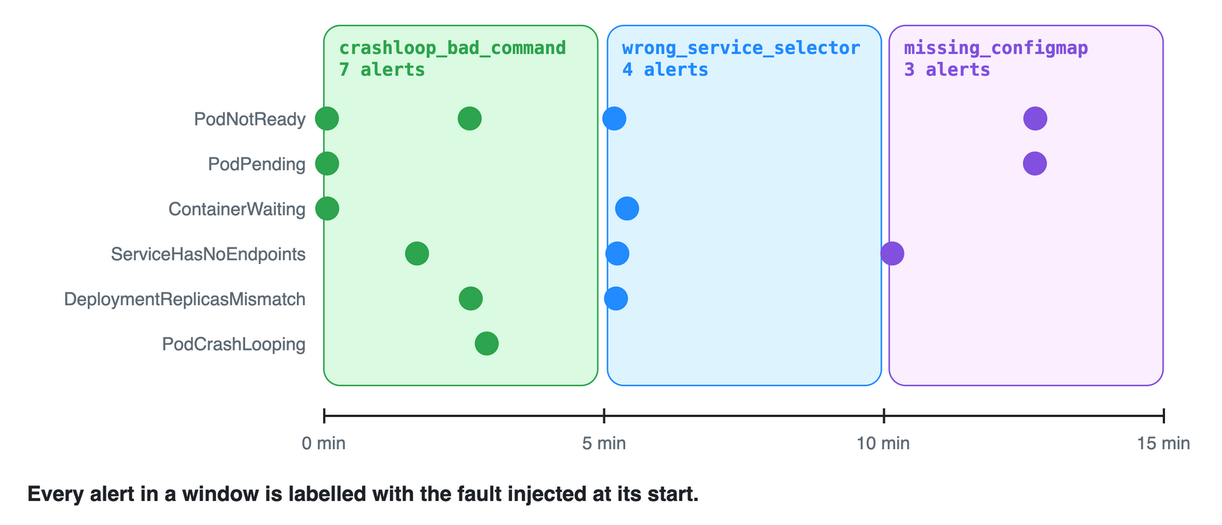
jcanizalez/k8s-alert-triage keeps this draw.io diagram as diagrams/injection-windows.drawio.png. Above is the earlier version. Source tidied: cells renumbered, new cells last; positions are measured from the earlier drawing's top-left corner, leaving out a move shared by most shapes.
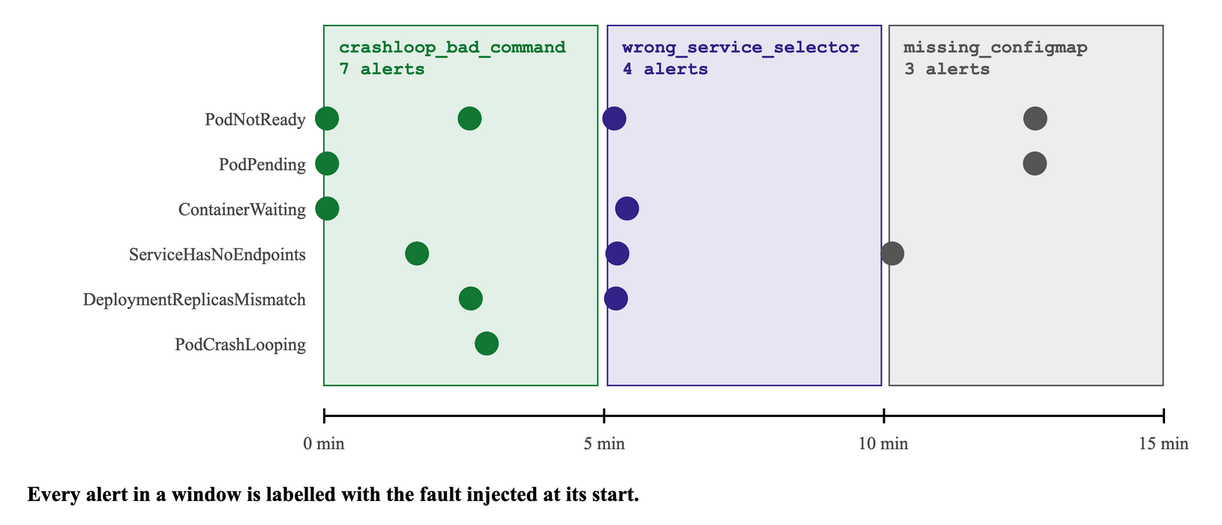
After the commit.

What changed in the source:
```diff
@@ -2,127 +2,127 @@
   <root>
     <mxCell id="0" />
     <mxCell id="1" parent="0" />
-    <mxCell id="2" value="PodNotReady" style="text;html=1;whiteSpace=wrap;fontColor=#5F6B76;fontSize=12;fontStyle=0;align=right;verticalAlign=middle;fontFamily=Helvetica;" parent="1" vertex="1">
+    <mxCell id="2" value="PodNotReady" style="text;html=1;whiteSpace=wrap;fontColor=#444444;fontSize=12;fontStyle=0;align=right;verticalAlign=middle;fontFamily=Times New Roman;" parent="1" vertex="1">
       <mxGeometry y="50" width="190" height="24" as="geometry" />
     </mxCell>
-    <mxCell id="3" value="PodPending" style="text;html=1;whiteSpace=wrap;fontColor=#5F6B76;fontSize=12;fontStyle=0;align=right;verticalAlign=middle;fontFamily=Helvetica;" parent="1" vertex="1">
+    <mxCell id="3" value="PodPending" style="text;html=1;whiteSpace=wrap;fontColor=#444444;fontSize=12;fontStyle=0;align=right;verticalAlign=middle;fontFamily=Times New Roman;" parent="1" vertex="1">
       <mxGeometry y="80" width="190" height="24" as="geometry" />
     </mxCell>
-    <mxCell id="4" value="ContainerWaiting" style="text;html=1;whiteSpace=wrap;fontColor=#5F6B76;fontSize=12;fontStyle=0;align=right;verticalAlign=middle;fontFamily=Helvetica;" parent="1" vertex="1">
+    <mxCell id="4" value="ContainerWaiting" style="text;html=1;whiteSpace=wrap;fontColor=#444444;fontSize=12;fontStyle=0;align=right;verticalAlign=middle;fontFamily=Times New Roman;" parent="1" vertex="1">
       <mxGeometry y="110" width="190" height="24" as="geometry" />
     </mxCell>
-    <mxCell id="5" value="ServiceHasNoEndpoints" style="text;html=1;whiteSpace=wrap;fontColor=#5F6B76;fontSize=12;fontStyle=0;align=right;verticalAlign=middle;fontFamily=Helvetica;" parent="1" vertex="1">
+    <mxCell id="5" value="ServiceHasNoEndpoints" style="text;html=1;whiteSpace=wrap;fontColor=#444444;fontSize=12;fontStyle=0;align=right;verticalAlign=middle;fontFamily=Times New Roman;" parent="1" vertex="1">
       <mxGeometry y="140" width="190" height="24" as="geometry" />
     </mxCell>
-    <mxCell id="6" value="DeploymentReplicasMismatch" style="text;html=1;whiteSpace=wrap;fontColor=#5F6B76;fontSize=12;fontStyle=0;align=right;verticalAlign=middle;fontFamily=Helvetica;" parent="1" vertex="1">
+    <mxCell id="6" value="DeploymentReplicasMismatch" style="text;html=1;whiteSpace=wrap;fontColor=#444444;fontSize=12;fontStyle=0;align=right;verticalAlign=middle;fontFamily=Times New Roman;" parent="1" vertex="1">
       <mxGeometry y="170" width="190" height="24" as="geometry" />
     </mxCell>
-    <mxCell id="7" value="PodCrashLooping" style="text;html=1;whiteSpace=wrap;fontColor=#5F6B76;fontSize=12;fontStyle=0;align=right;verticalAlign=middle;fontFamily=Helvetica;" parent="1" vertex="1">
+    <mxCell id="7" value="PodCrashLooping" style="text;html=1;whiteSpace=wrap;fontColor=#444444;fontSize=12;fontStyle=0;align=right;verticalAlign=middle;fontFamily=Times New Roman;" parent="1" vertex="1">
       <mxGeometry y="200" width="190" height="24" as="geometry" />
     </mxCell>
-    <mxCell id="8" style="rounded=1;arcSize=6;whiteSpace=wrap;html=1;fillColor=#DAFBE1;strokeColor=#2DA44E;fontColor=#1F2328;fontSize=14;fontStyle=0;align=center;verticalAlign=middle;spacingLeft=8;spacingRight=8;fontFamily=Helvetica;" parent="1" vertex="1">
+    <mxCell id="8" style="rounded=0;arcSize=6;whiteSpace=wrap;html=1;fillColor=#E3F0E7;strokeColor=#117733;strokeWidth=1;fontColor=#000000;fontSize=14;fontStyle=0;align=center;verticalAlign=middle;spacingLeft=8;spacingRight=8;fontFamily=Times New Roman;" parent="1" vertex="1">
       <mxGeometry x="200" width="182.7" height="240" as="geometry" />
     </mxCell>
-    <mxCell id="9" value="crashloop_bad_command&lt;br&gt;7 alerts" style="text;html=1;whiteSpace=wrap;fontColor=#2DA44E;fontSize=12;fontStyle=1;align=left;verticalAlign=middle;fontFamily=Menlo;" parent="1" vertex="1">
+    <mxCell id="9" value="crashloop_bad_command&lt;br&gt;7 alerts" style="text;html=1;whiteSpace=wrap;fontColor=#117733;fontSize=12;fontStyle=1;align=left;verticalAlign=middle;fontFamily=Courier New;" parent="1" vertex="1">
       <mxGeometry x="208" y="4" width="170" height="36" as="geometry" />
     </mxCell>
-    <mxCell id="10" style="ellipse;html=1;fillColor=#2DA44E;strokeColor=#2DA44E;strokeWidth=2;" parent="1" vertex="1">
+    <mxCell id="10" style="ellipse;html=1;fillColor=#117733;strokeColor=#117733;strokeWidth=2;" parent="1" vertex="1">
       <mxGeometry x="195.1" y="55" width="14" height="14" as="geometry" />
     </mxCell>
-    <mxCell id="11" style="ellipse;html=1;fillColor=#2DA44E;strokeColor=#2DA44E;strokeWidth=2;" parent="1" vertex="1">
+    <mxCell id="11" style="ellipse;html=1;fillColor=#117733;strokeColor=#117733;strokeWidth=2;" parent="1" vertex="1">
       <mxGeometry x="195.1" y="85" width="14" height="14" as="geometry" />
     </mxCell>
-    <mxCell id="12" style="ellipse;html=1;fillColor=#2DA44E;strokeColor=#2DA44E;strokeWidth=2;" parent="1" vertex="1">
+    <mxCell id="12" style="ellipse;html=1;fillColor=#117733;strokeColor=#117733;strokeWidth=2;" parent="1" vertex="1">
       <mxGeometry x="195.2" y="115" width="14" height="14" as="geometry" />
     </mxCell>
-    <mxCell id="13" style="ellipse;html=1;fillColor=#2DA44E;strokeColor=#2DA44E;strokeWidth=2;" parent="1" vertex="1">
+    <mxCell id="13" style="ellipse;html=1;fillColor=#117733;strokeColor=#117733;strokeWidth=2;" parent="1" vertex="1">
       <mxGeometry x="255.2" y="145" width="14" height="14" as="geometry" />
     </mxCell>
-    <mxCell id="14" style="ellipse;html=1;fillColor=#2DA44E;strokeColor=#2DA44E;strokeWidth=2;" parent="1" vertex="1">
+    <mxCell id="14" style="ellipse;html=1;fillColor=#117733;strokeColor=#117733;strokeWidth=2;" parent="1" vertex="1">
       <mxGeometry x="290.3" y="55" width="14" height="14" as="geometry" />
     </mxCell>
-    <mxCell id="15" style="ellipse;html=1;fillColor=#2DA44E;strokeColor=#2DA44E;strokeWidth=2;" parent="1" vertex="1">
+    <mxCell id="15" style="ellipse;html=1;fillColor=#117733;strokeColor=#117733;strokeWidth=2;" parent="1" vertex="1">
       <mxGeometry x="291" y="175" width="14" height="14" as="geometry" />
     </mxCell>
-    <mxCell id="16" style="ellipse;html=1;fillColor=#2DA44E;strokeColor=#2DA44E;strokeWidth=2;" parent="1" vertex="1">
+    <mxCell id="16" style="ellipse;html=1;fillColor=#117733;strokeColor=#117733;strokeWidth=2;" parent="1" vertex="1">
       <mxGeometry x="301.6" y="205" width="14" height="14" as="geometry" />
     </mxCell>
-    <mxCell id="17" style="rounded=1;arcSize=6;whiteSpace=wrap;html=1;fillColor=#DDF4FF;strokeColor=#218BFF;fontColor=#1F2328;fontSize=14;fontStyle=0;align=center;verticalAlign=middle;spacingLeft=8;spacingRight=8;fontFamily=Helvetica;" parent="1" vertex="1">
+    <mxCell id="17" style="rounded=0;arcSize=6;whiteSpace=wrap;html=1;fillColor=#E7E5F2;strokeColor=#332288;strokeWidth=1;fontColor=#000000;fontSize=14;fontStyle=0;align=center;verticalAlign=middle;spacingLeft=8;spacingRight=8;fontFamily=Times New Roman;" parent="1" vertex="1">
       <mxGeometry x="389.2" width="182.7" height="240" as="geometry" />
     </mxCell>
-    <mxCell id="18" value="wrong_service_selector&lt;br&gt;4 alerts" style="text;html=1;whiteSpace=wrap;fontColor=#218BFF;fontSize=12;fontStyle=1;align=left;verticalAlign=middle;fontFamily=Menlo;" parent="1" vertex="1">
+    <mxCell id="18" value="wrong_service_selector&lt;br&gt;4 alerts" style="text;html=1;whiteSpace=wrap;fontColor=#332288;fontSize=12;fontStyle=1;align=left;verticalAlign=middle;fontFamily=Courier New;" parent="1" vertex="1">
       <mxGeometry x="397.2" y="4" width="170" height="36" as="geometry" />
     </mxCell>
-    <mxCell id="19" style="ellipse;html=1;fillColor=#218BFF;strokeColor=#218BFF;strokeWidth=2;" parent="1" vertex="1">
+    <mxCell id="19" style="ellipse;html=1;fillColor=#332288;strokeColor=#332288;strokeWidth=2;" parent="1" vertex="1">
       <mxGeometry x="386.7" y="55" width="14" height="14" as="geometry" />
     </mxCell>
-    <mxCell id="20" style="ellipse;html=1;fillColor=#218BFF;strokeColor=#218BFF;strokeWidth=2;" parent="1" vertex="1">
+    <mxCell id="20" style="ellipse;html=1;fillColor=#332288;strokeColor=#332288;strokeWidth=2;" parent="1" vertex="1">
       <mxGeometry x="387.8" y="175" width="14" height="14" as="geometry" />
     </mxCell>
-    <mxCell id="21" style="ellipse;html=1;fillColor=#218BFF;strokeColor=#218BFF;strokeWidth=2;" parent="1" vertex="1">
+    <mxCell id="21" style="ellipse;html=1;fillColor=#332288;strokeColor=#332288;strokeWidth=2;" parent="1" vertex="1">
       <mxGeometry x="388.7" y="145" width="14" height="14" as="geometry" />
     </mxCell>
-    <mxCell id="22" style="ellipse;html=1;fillColor=#218BFF;strokeColor=#218BFF;strokeWidth=2;" parent="1" vertex="1">
+    <mxCell id="22" style="ellipse;html=1;fillColor=#332288;strokeColor=#332288;strokeWidth=2;" parent="1" vertex="1">
       <mxGeometry x="395.2" y="115" width="14" height="14" as="geometry" />
     </mxCell>
-    <mxCell id="23" style="rounded=1;arcSize=6;whiteSpace=wrap;html=1;fillColor=#FBEFFF;strokeColor=#8250DF;fontColor=#1F2328;fontSize=14;fontStyle=0;align=center;verticalAlign=middle;spacingLeft=8;spacingRight=8;fontFamily=Helvetica;" parent="1" vertex="1">
+    <mxCell id="23" style="rounded=0;arcSize=6;whiteSpace=wrap;html=1;fillColor=#EDEDED;strokeColor=#555555;strokeWidth=1;fontColor=#000000;fontSize=14;fontStyle=0;align=center;verticalAlign=middle;spacingLeft=8;spacingRight=8;fontFamily=Times New Roman;" parent="1" vertex="1">
       <mxGeometry x="577.1" width="182.7" height="240" as="geometry" />
     </mxCell>
-    <mxCell id="24" value="missing_configmap&lt;br&gt;3 alerts" style="text;html=1;whiteSpace=wrap;fontColor=#8250DF;fontSize=12;fontStyle=1;align=left;verticalAlign=middle;fontFamily=Menlo;" parent="1" vertex="1">
+    <mxCell id="24" value="missing_configmap&lt;br&gt;3 alerts" style="text;html=1;whiteSpace=wrap;fontColor=#555555;fontSize=12;fontStyle=1;align=left;verticalAlign=middle;fontFamily=Courier New;" parent="1" vertex="1">
       <mxGeometry x="585.1" y="4" width="170" height="36" as="geometry" />
     </mxCell>
-    <mxCell id="25" style="ellipse;html=1;fillColor=#8250DF;strokeColor=#8250DF;strokeWidth=2;" parent="1" vertex="1">
+    <mxCell id="25" style="ellipse;html=1;fillColor=#555555;strokeColor=#555555;strokeWidth=2;" parent="1" vertex="1">
       <mxGeometry x="572.1" y="145" width="14" height="14" as="geometry" />
     </mxCell>
-    <mxCell id="26" style="ellipse;html=1;fillColor=#8250DF;strokeColor=#8250DF;strokeWidth=2;" parent="1" vertex="1">
+    <mxCell id="26" style="ellipse;html=1;fillColor=#555555;strokeColor=#555555;strokeWidth=2;" parent="1" vertex="1">
       <mxGeometry x="667.2" y="85" width="14" height="14" as="geometry" />
     </mxCell>
-    <mxCell id="27" style="ellipse;html=1;fillColor=#8250DF;strokeColor=#8250DF;strokeWidth=2;" parent="1" vertex="1">
+    <mxCell id="27" style="ellipse;html=1;fillColor=#555555;strokeColor=#555555;strokeWidth=2;" parent="1" vertex="1">
       <mxGeometry x="667.5" y="55" width="14" height="14" as="geometry" />
     </mxCell>
-    <mxCell id="28" style="endArrow=none;endFill=1;html=1;strokeColor=#1F2328;strokeWidth=1.5;" parent="1" edge="1">
+    <mxCell id="28" style="endArrow=none;endFill=1;html=1;strokeColor=#000000;strokeWidth=1.5;" parent="1" edge="1">
       <mxGeometry relative="1" as="geometry">
         <mxPoint x="200" y="260" as="sourcePoint" />
         <mxPoint x="760" y="260" as="targetPoint" />
       </mxGeometry>
     </mxCell>
-    <mxCell id="29" style="endArrow=none;endFill=1;html=1;strokeColor=#1F2328;strokeWidth=1.5;" parent="1" edge="1">
+    <mxCell id="29" style="endArrow=none;endFill=1;html=1;strokeColor=#000000;strokeWidth=1.5;" parent="1" edge="1">
       <mxGeometry relative="1" as="geometry">
         <mxPoint x="200" y="255" as="sourcePoint" />
         <mxPoint x="200" y="265" as="targetPoint" />
       </mxGeometry>
     </mxCell>
-    <mxCell id="30" value="0 min" style="text;html=1;whiteSpace=wrap;fontColor=#5F6B76;fontSize=12;fontStyle=0;align=center;verticalAlign=middle;fontFamily=Helvetica;" parent="1" vertex="1">
+    <mxCell id="30" value="0 min" style="text;html=1;whiteSpace=wrap;fontColor=#444444;fontSize=12;fontStyle=0;align=center;verticalAlign=middle;fontFamily=Times New Roman;" parent="1" vertex="1">
       <mxGeometry x="170" y="268" width="60" height="20" as="geometry" />
     </mxCell>
-    <mxCell id="31" style="endArrow=none;endFill=1;html=1;strokeColor=#1F2328;strokeWidth=1.5;" parent="1" edge="1">
+    <mxCell id="31" style="endArrow=none;endFill=1;html=1;strokeColor=#000000;strokeWidth=1.5;" parent="1" edge="1">
       <mxGeometry relative="1" as="geometry">
         <mxPoint x="386.7" y="255" as="sourcePoint" />
         <mxPoint x="386.7" y="265" as="targetPoint" />
       </mxGeometry>
     </mxCell>
-    <mxCell id="32" value="5 min" style="text;html=1;whiteSpace=wrap;fontColor=#5F6B76;fontSize=12;fontStyle=0;align=center;verticalAlign=middle;fontFamily=Helvetica;" parent="1" vertex="1">
+    <mxCell id="32" value="5 min" style="text;html=1;whiteSpace=wrap;fontColor=#444444;fontSize=12;fontStyle=0;align=center;verticalAlign=middle;fontFamily=Times New Roman;" parent="1" vertex="1">
       <mxGeometry x="356.7" y="268" width="60" height="20" as="geometry" />
     </mxCell>
-    <mxCell id="33" style="endArrow=none;endFill=1;html=1;strokeColor=#1F2328;strokeWidth=1.5;" parent="1" edge="1">
+    <mxCell id="33" style="endArrow=none;endFill=1;html=1;strokeColor=#000000;strokeWidth=1.5;" parent="1" edge="1">
       <mxGeometry relative="1" as="geometry">
         <mxPoint x="573.3" y="255" as="sourcePoint" />
         <mxPoint x="573.3" y="265" as="targetPoint" />
       </mxGeometry>
     </mxCell>
-    <mxCell id="34" value="10 min" style="text;html=1;whiteSpace=wrap;fontColor=#5F6B76;fontSize=12;fontStyle=0;align=center;verticalAlign=middle;fontFamily=Helvetica;" parent="1" vertex="1">
+    <mxCell id="34" value="10 min" style="text;html=1;whiteSpace=wrap;fontColor=#444444;fontSize=12;fontStyle=0;align=center;verticalAlign=middle;fontFamily=Times New Roman;" parent="1" vertex="1">
       <mxGeometry x="543.3" y="268" width="60" height="20" as="geometry" />
     </mxCell>
-    <mxCell id="35" style="endArrow=none;endFill=1;html=1;strokeColor=#1F2328;strokeWidth=1.5;" parent="1" edge="1">
+    <mxCell id="35" style="endArrow=none;endFill=1;html=1;strokeColor=#000000;strokeWidth=1.5;" parent="1" edge="1">
       <mxGeometry relative="1" as="geometry">
         <mxPoint x="760" y="255" as="sourcePoint" />
         <mxPoint x="760" y="265" as="targetPoint" />
       </mxGeometry>
     </mxCell>
-    <mxCell id="36" value="15 min" style="text;html=1;whiteSpace=wrap;fontColor=#5F6B76;fontSize=12;fontStyle=0;align=center;verticalAlign=middle;fontFamily=Helvetica;" parent="1" vertex="1">
+    <mxCell id="36" value="15 min" style="text;html=1;whiteSpace=wrap;fontColor=#444444;fontSize=12;fontStyle=0;align=center;verticalAlign=middle;fontFamily=Times New Roman;" parent="1" vertex="1">
       <mxGeometry x="730" y="268" width="60" height="20" as="geometry" />
     </mxCell>
-    <mxCell id="37" value="Every alert in a window is labelled with the fault injected at its start." style="text;html=1;whiteSpace=wrap;fontColor=#1F2328;fontSize=14;fontStyle=1;align=left;verticalAlign=middle;fontFamily=Helvetica;" parent="1" vertex="1">
+    <mxCell id="37" value="Every alert in a window is labelled with the fault injected at its start." style="text;html=1;whiteSpace=wrap;fontColor=#000000;fontSize=14;fontStyle=1;align=left;verticalAlign=middle;fontFamily=Times New Roman;" parent="1" vertex="1">
       <mxGeometry y="300" width="760" height="24" as="geometry" />
     </mxCell>
   </root>
```
